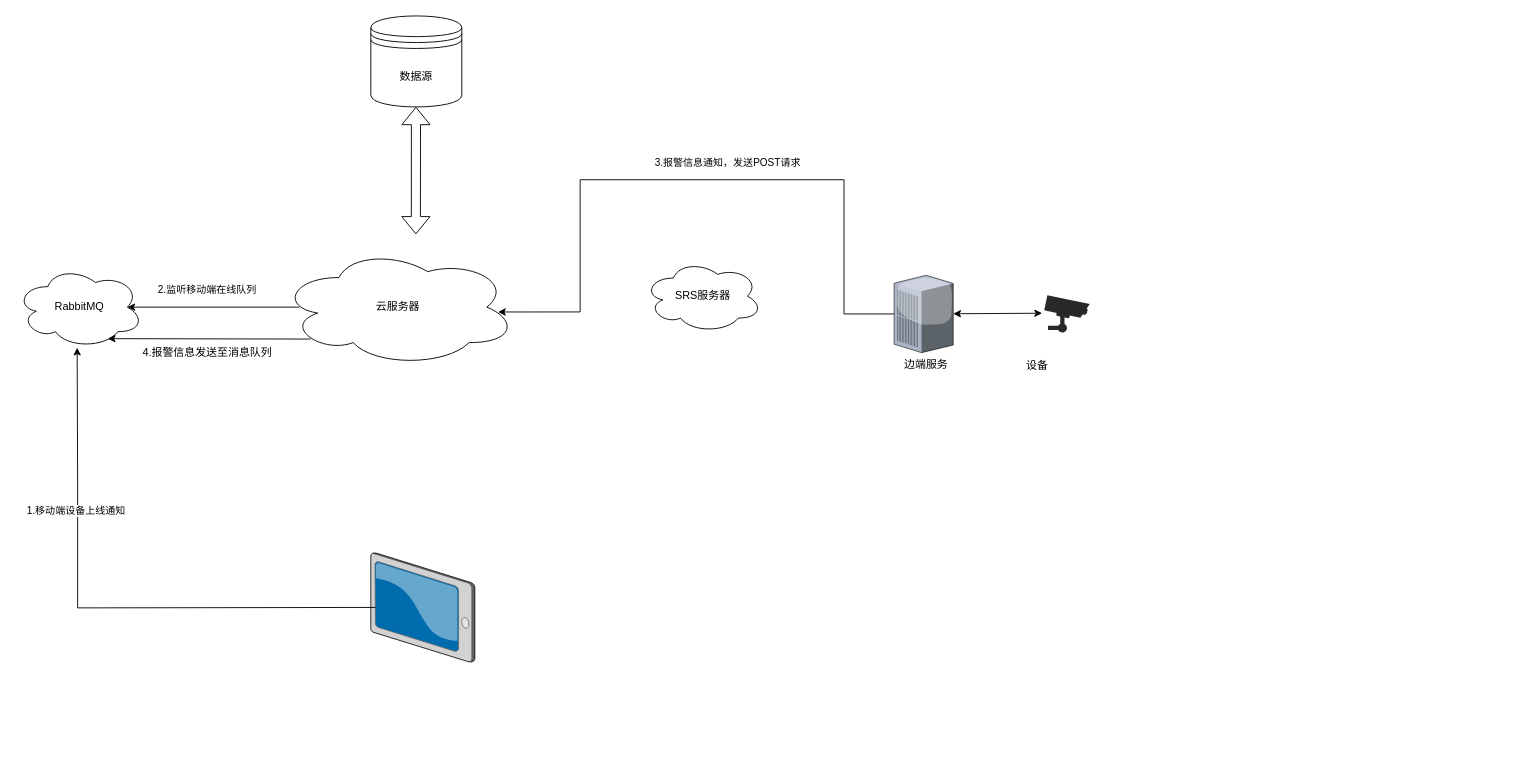
The draw.io diagram 移动端数据流向.drawio in striker-hz/MaterialManagementSystemPythonGUI-, before the edit. Source tidied: cells renumbered, new cells numbered last; positions are measured from the earlier drawing's top-left corner, leaving out a move shared by most shapes. Both pictures are drawn from the tidied source at 91%, with x=0, y=0 at pixel (15, 15).
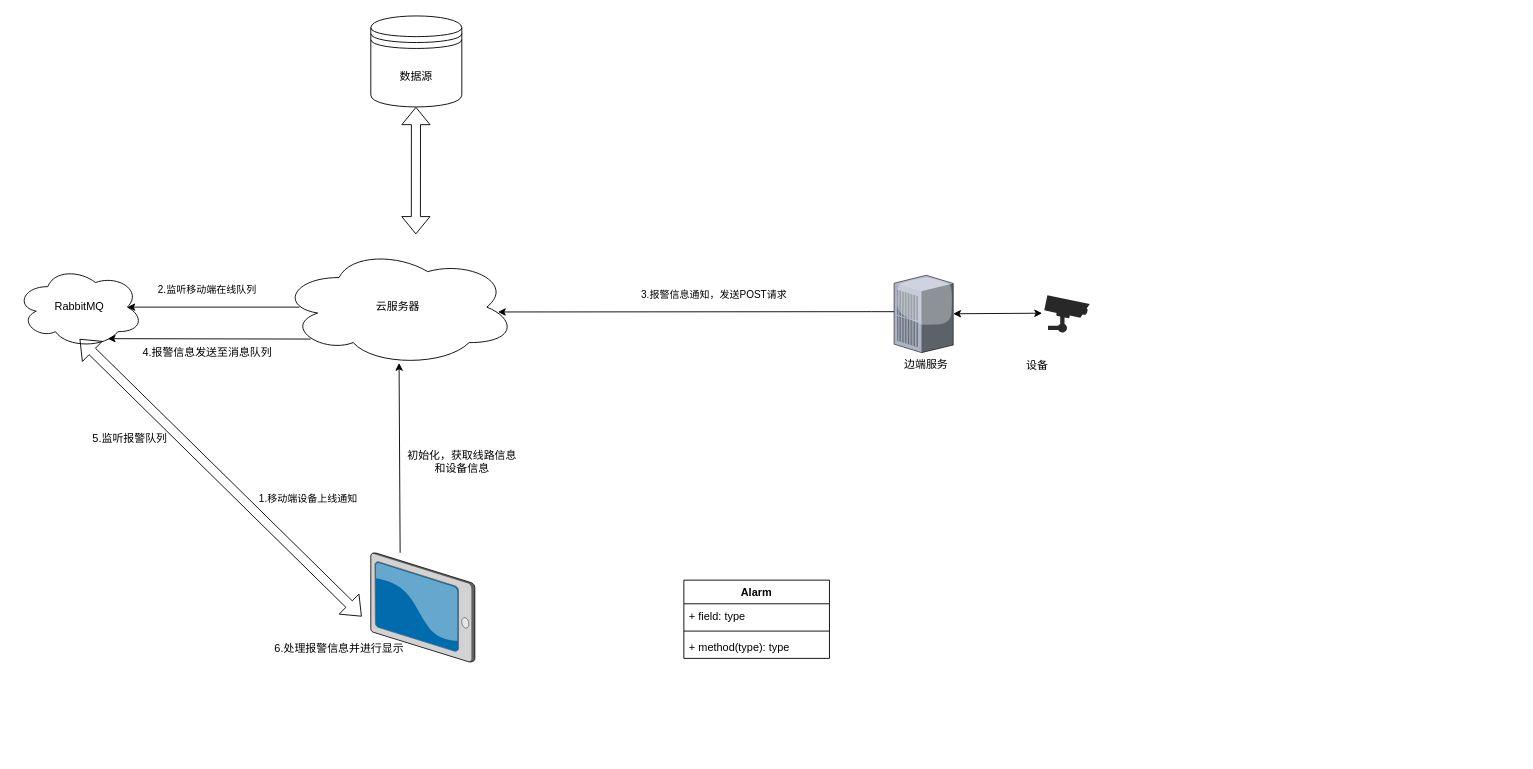
After the change.

Commit message (it also covers changes not shown here):
更新移动端数据流向.drawio

The change refers to these unchanged cells:
```xml
<mxCell id="2" value="云服务器" style="ellipse;shape=cloud;whiteSpace=wrap;html=1;" parent="1" vertex="1">
  <mxGeometry x="290" y="255" width="260" height="130" as="geometry" />
</mxCell>
<mxCell id="10" style="verticalLabelPosition=bottom;sketch=0;html=1;verticalAlign=top;strokeColor=none;align=center;outlineConnect=0;shape=mxgraph.citrix.pbx_server;" parent="1" vertex="1">
  <mxGeometry x="965" y="285" width="65" height="85" as="geometry" />
</mxCell>
```

Diff of the diagram source:
```diff
@@
-    <mxCell id="3" value="SRS服务器" style="ellipse;shape=cloud;whiteSpace=wrap;html=1;" parent="1" vertex="1">
-      <mxGeometry x="690" y="268" width="130" height="80" as="geometry" />
-    </mxCell>
@@
-    <mxCell id="14" style="edgeStyle=orthogonalEdgeStyle;rounded=0;orthogonalLoop=1;jettySize=auto;html=1;entryX=0.445;entryY=0.996;entryDx=0;entryDy=0;entryPerimeter=0;" parent="1" edge="1">
-      <mxGeometry relative="1" as="geometry">
-        <mxPoint x="395" y="650" as="sourcePoint" />
-        <mxPoint x="67.3" y="364.6" as="targetPoint" />
-      </mxGeometry>
-    </mxCell>
-    <mxCell id="15" value="1.移动端设备上线通知" style="edgeLabel;html=1;align=center;verticalAlign=middle;" parent="14" vertex="1">
-      <mxGeometry x="0.54" y="2" relative="1" as="geometry">
-        <mxPoint y="38" as="offset" />
-      </mxGeometry>
-    </mxCell>
@@
     <mxCell id="18" style="edgeStyle=orthogonalEdgeStyle;rounded=0;jettySize=auto;html=1;entryX=0.922;entryY=0.541;entryDx=0;entryDy=0;entryPerimeter=0;" parent="1" edge="1" source="10" target="2">
       <mxGeometry relative="1" as="geometry">
         <Array as="points">
-          <mxPoint x="910" y="328" />
-          <mxPoint x="910" y="180" />
-          <mxPoint x="620" y="180" />
-          <mxPoint x="620" y="325" />
+          <mxPoint x="940" y="325" />
+          <mxPoint x="940" y="325" />
         </Array>
       </mxGeometry>
     </mxCell>
@@
+    <mxCell id="22" style="shape=flexArrow;endArrow=classic;startArrow=classic;html=1;rounded=0;" parent="1" edge="1">
+      <mxGeometry relative="1" as="geometry">
+        <mxPoint x="380" y="660" as="sourcePoint" />
+        <mxPoint x="70" y="355" as="targetPoint" />
+      </mxGeometry>
+    </mxCell>
+    <mxCell id="15" value="1.移动端设备上线通知" style="edgeLabel;html=1;align=center;verticalAlign=middle;" parent="1" vertex="1">
+      <mxGeometry x="320" y="530" as="geometry" />
+    </mxCell>
+    <mxCell id="23" value="5.监听报警队列" style="text;html=1;align=center;verticalAlign=middle;strokeColor=none;fillColor=none;" parent="1" vertex="1">
+      <mxGeometry x="70" y="450" width="110" height="30" as="geometry" />
+    </mxCell>
+    <mxCell id="24" value="6.处理报警信息并进行显示" style="text;html=1;align=center;verticalAlign=middle;strokeColor=none;fillColor=none;" parent="1" vertex="1">
+      <mxGeometry x="270" y="680" width="170" height="30" as="geometry" />
+    </mxCell>
+    <mxCell id="25" style="endArrow=classic;html=1;rounded=0;entryX=0.504;entryY=0.972;entryDx=0;entryDy=0;entryPerimeter=0;" parent="1" edge="1" target="2">
+      <mxGeometry relative="1" as="geometry">
+        <mxPoint x="422.2" y="590" as="sourcePoint" />
+      </mxGeometry>
+    </mxCell>
+    <mxCell id="26" value="初始化，获取线路信息&lt;br&gt;和设备信息" style="text;html=1;align=center;verticalAlign=middle;strokeColor=none;fillColor=none;" parent="1" vertex="1">
+      <mxGeometry x="420" y="470" width="140" height="40" as="geometry" />
+    </mxCell>
+    <mxCell id="27" value="Alarm" style="swimlane;fontStyle=1;align=center;verticalAlign=top;horizontal=1;startSize=26;whiteSpace=wrap;html=1;" parent="1" vertex="1">
+      <mxGeometry x="734" y="620" width="160" height="86" as="geometry" />
+    </mxCell>
+    <mxCell id="28" value="+ field: type" style="text;strokeColor=none;fillColor=none;align=left;verticalAlign=top;spacingLeft=4;spacingRight=4;overflow=hidden;whiteSpace=wrap;html=1;" parent="27" vertex="1">
+      <mxGeometry y="26" width="160" height="26" as="geometry" />
+    </mxCell>
+    <mxCell id="29" style="line;strokeWidth=1;fillColor=none;align=left;verticalAlign=middle;spacingTop=-1;spacingLeft=3;spacingRight=3;labelPosition=right;strokeColor=inherit;" parent="27" vertex="1">
+      <mxGeometry y="52" width="160" height="8" as="geometry" />
+    </mxCell>
+    <mxCell id="30" value="+ method(type): type" style="text;strokeColor=none;fillColor=none;align=left;verticalAlign=top;spacingLeft=4;spacingRight=4;overflow=hidden;whiteSpace=wrap;html=1;" parent="27" vertex="1">
+      <mxGeometry y="60" width="160" height="26" as="geometry" />
+    </mxCell>
```
